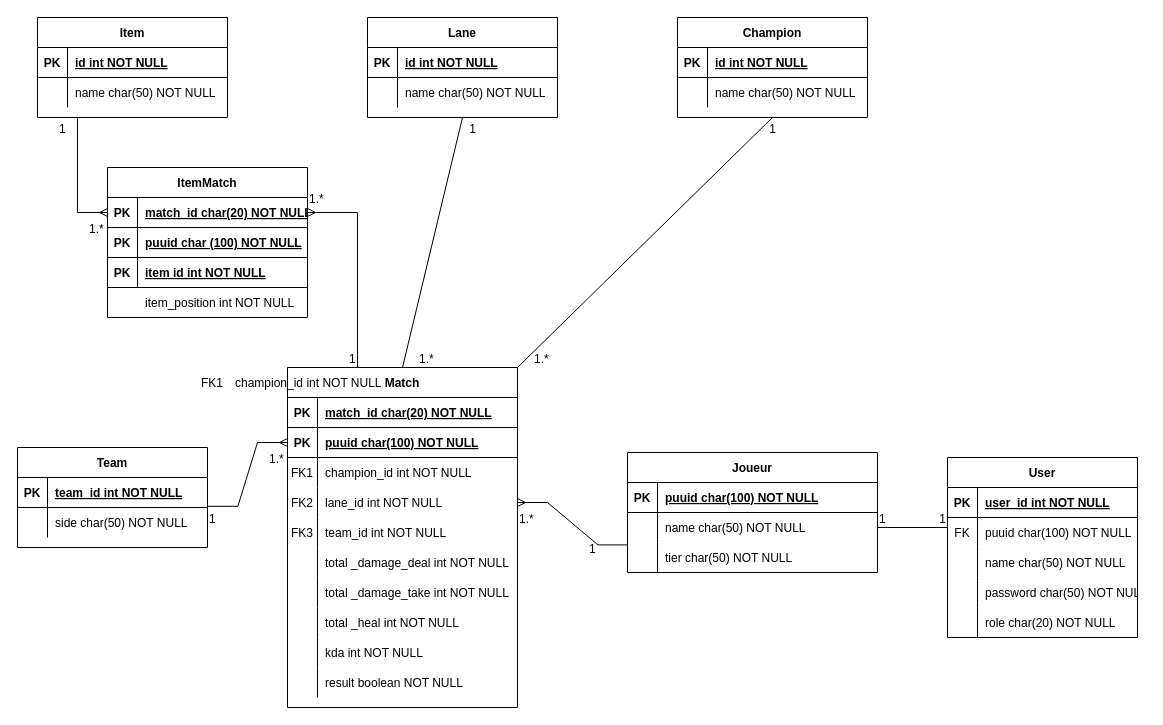
Before: Image Prod/Diagramme de donnees.drawio in Niyo-D-JC/HelpWork, a draw.io diagram. Source tidied: cells renumbered, new cells numbered last; positions are measured from the earlier drawing's top-left corner, leaving out a move shared by most shapes. Both pictures are drawn from the tidied source at 100%, with x=0, y=0 at pixel (17, 17).
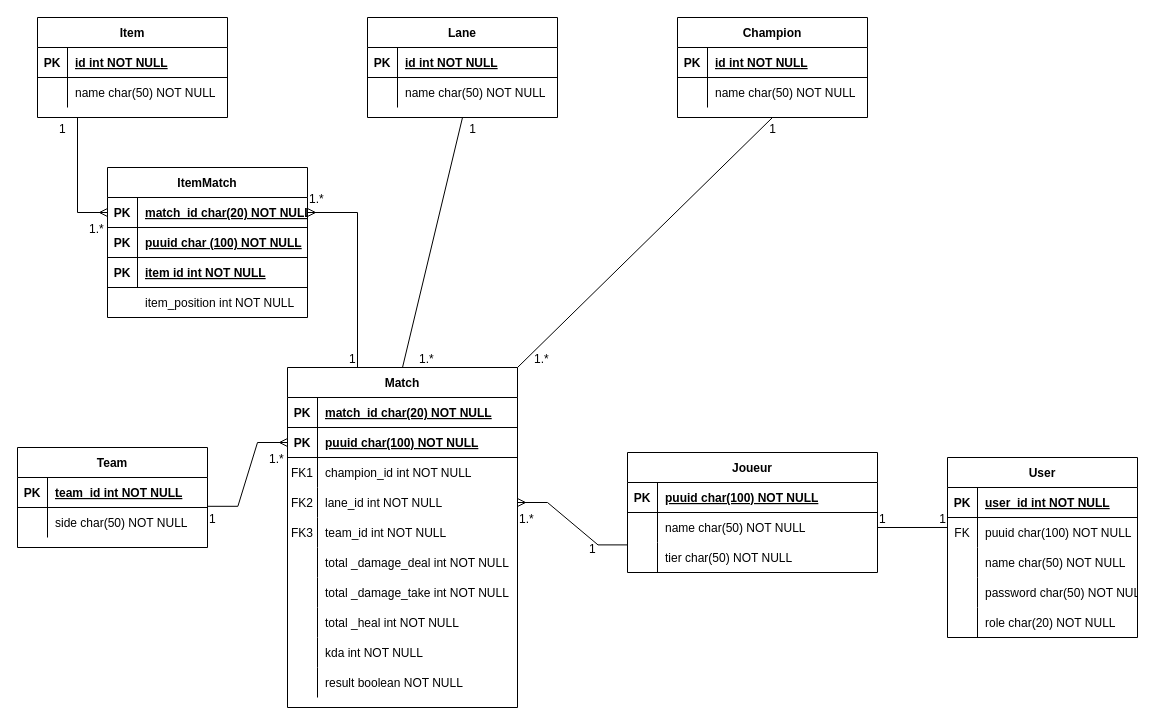
Above is the later version.

Commit message:
Mettre à jour Diagramme de donnees.drawio

What changed in the source:
```diff
@@
-    <mxCell id="119" value="FK1" style="shape=partialRectangle;overflow=hidden;fillColor=none;top=0;left=0;bottom=0;right=0;" parent="1" vertex="1">
-      <mxGeometry x="180" y="350" width="30" height="30" as="geometry" />
-    </mxCell>
-    <mxCell id="120" value="champion_id int NOT NULL" style="shape=partialRectangle;overflow=hidden;fillColor=none;top=0;left=0;bottom=0;right=0;align=left;spacingLeft=6;" parent="1" vertex="1">
-      <mxGeometry x="210" y="350" width="200" height="30" as="geometry" />
-    </mxCell>
```
